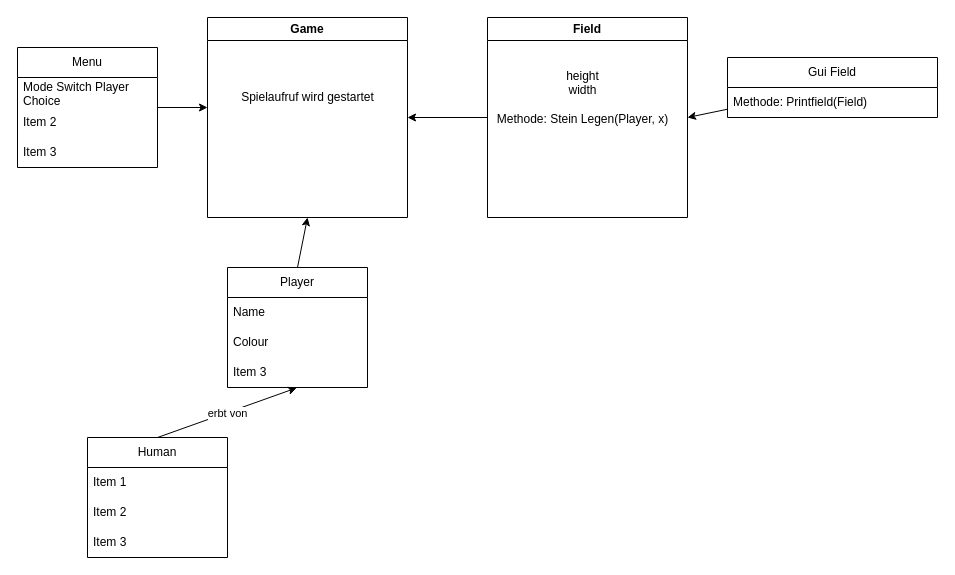
Above: Plan.drawio in carlFelixSchlass/Connect4 (draw.io), before the change. Source tidied: cells renumbered, new cells numbered last; positions are measured from the earlier drawing's top-left corner, leaving out a move shared by most shapes. Both pictures are drawn from the tidied source at 100%, with x=0, y=0 at pixel (17, 17).
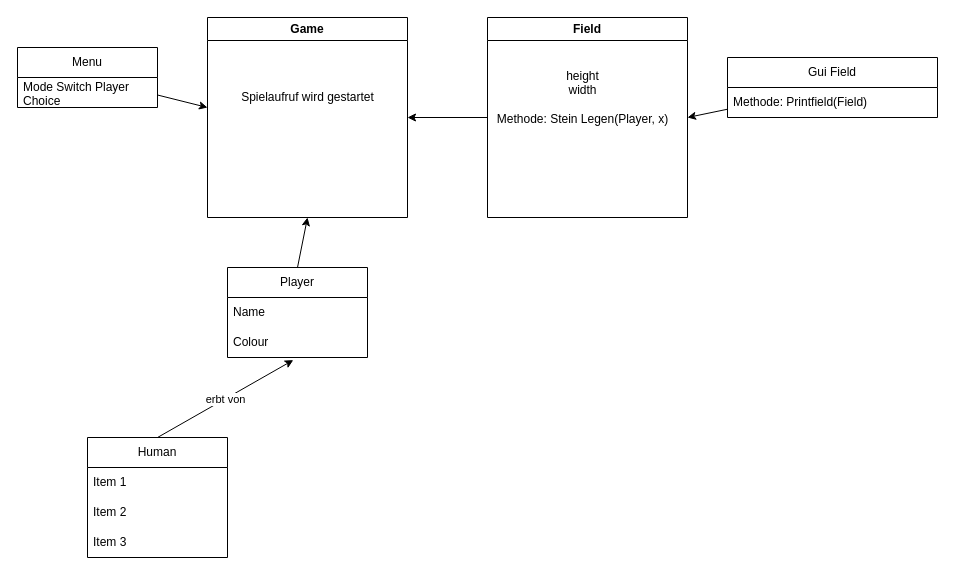
After the change.

The change refers to these unchanged cells:
```xml
<mxCell id="10" value="Colour" style="text;strokeColor=none;fillColor=none;align=left;verticalAlign=middle;spacingLeft=4;spacingRight=4;overflow=hidden;points=[[0,0.5],[1,0.5]];portConstraint=eastwest;whiteSpace=wrap;html=1;" parent="8" vertex="1">
  <mxGeometry y="60" width="140" height="30" as="geometry" />
</mxCell>
<mxCell id="12" value="Human" style="swimlane;fontStyle=0;horizontal=1;startSize=30;whiteSpace=wrap;html=1;" parent="1" vertex="1">
  <mxGeometry x="70" y="420" width="140" height="120" as="geometry" />
</mxCell>
```

The edit, as a diff of the source:
```diff
@@
     <mxCell id="8" value="Player" style="swimlane;fontStyle=0;horizontal=1;startSize=30;whiteSpace=wrap;html=1;" parent="1" vertex="1">
-      <mxGeometry x="210" y="250" width="140" height="120" as="geometry" />
+      <mxGeometry x="210" y="250" width="140" height="90" as="geometry" />
     </mxCell>
@@
-    <mxCell id="11" value="Item 3" style="text;strokeColor=none;fillColor=none;align=left;verticalAlign=middle;spacingLeft=4;spacingRight=4;overflow=hidden;points=[[0,0.5],[1,0.5]];portConstraint=eastwest;whiteSpace=wrap;html=1;" parent="8" vertex="1">
-      <mxGeometry y="90" width="140" height="30" as="geometry" />
-    </mxCell>
@@
-    <mxCell id="13" style="endArrow=classic;html=1;entryX=0.494;entryY=1.013;entryDx=0;entryDy=0;entryPerimeter=0;" parent="12" edge="1" target="11">
+    <mxCell id="13" style="endArrow=classic;html=1;entryX=0.47;entryY=1.087;entryDx=0;entryDy=0;entryPerimeter=0;" parent="12" edge="1" target="10">
       <mxGeometry relative="1" as="geometry">
         <mxPoint x="70" as="sourcePoint" />
       </mxGeometry>
     </mxCell>
@@
     <mxCell id="22" value="Menu" style="swimlane;fontStyle=0;horizontal=1;startSize=30;whiteSpace=wrap;html=1;" parent="1" vertex="1">
-      <mxGeometry y="30" width="140" height="120" as="geometry" />
+      <mxGeometry y="30" width="140" height="60" as="geometry" />
     </mxCell>
@@
-    <mxCell id="24" value="Item 2" style="text;strokeColor=none;fillColor=none;align=left;verticalAlign=middle;spacingLeft=4;spacingRight=4;overflow=hidden;whiteSpace=wrap;html=1;" parent="22" vertex="1">
-      <mxGeometry y="60" width="140" height="30" as="geometry" />
-    </mxCell>
-    <mxCell id="25" value="Item 3" style="text;strokeColor=none;fillColor=none;align=left;verticalAlign=middle;spacingLeft=4;spacingRight=4;overflow=hidden;whiteSpace=wrap;html=1;" parent="22" vertex="1">
-      <mxGeometry y="90" width="140" height="30" as="geometry" />
-    </mxCell>
```
